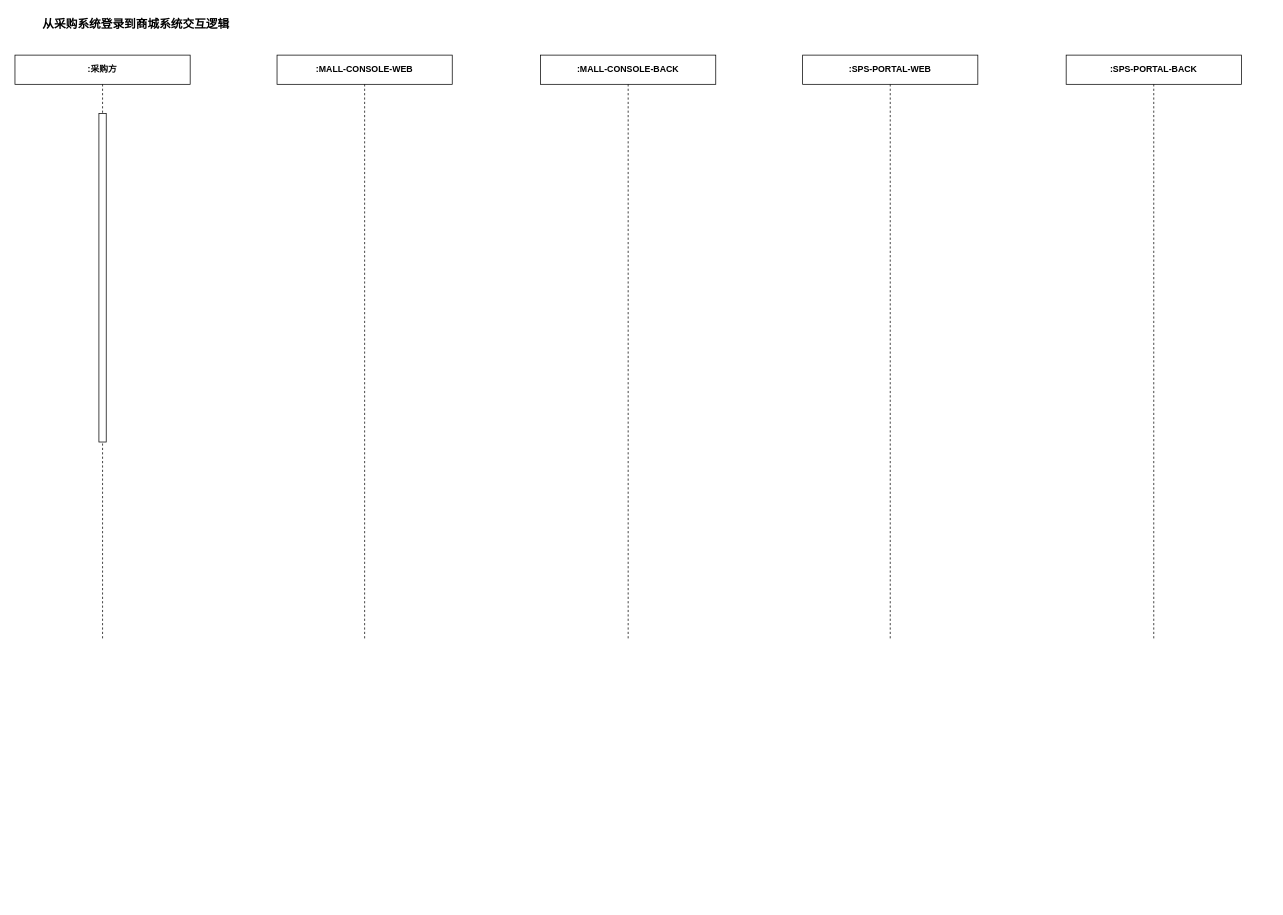
This is src/main/work/ncs/sunshine/20230518160642.drawio from ab-doc/draw.io, a draw.io file, before an edit. Source tidied: cells renumbered, new cells numbered last; positions are measured from the earlier drawing's top-left corner, leaving out a move shared by most shapes. Both pictures are drawn from the tidied source at 73%, with x=0, y=0 at pixel (15, 12).
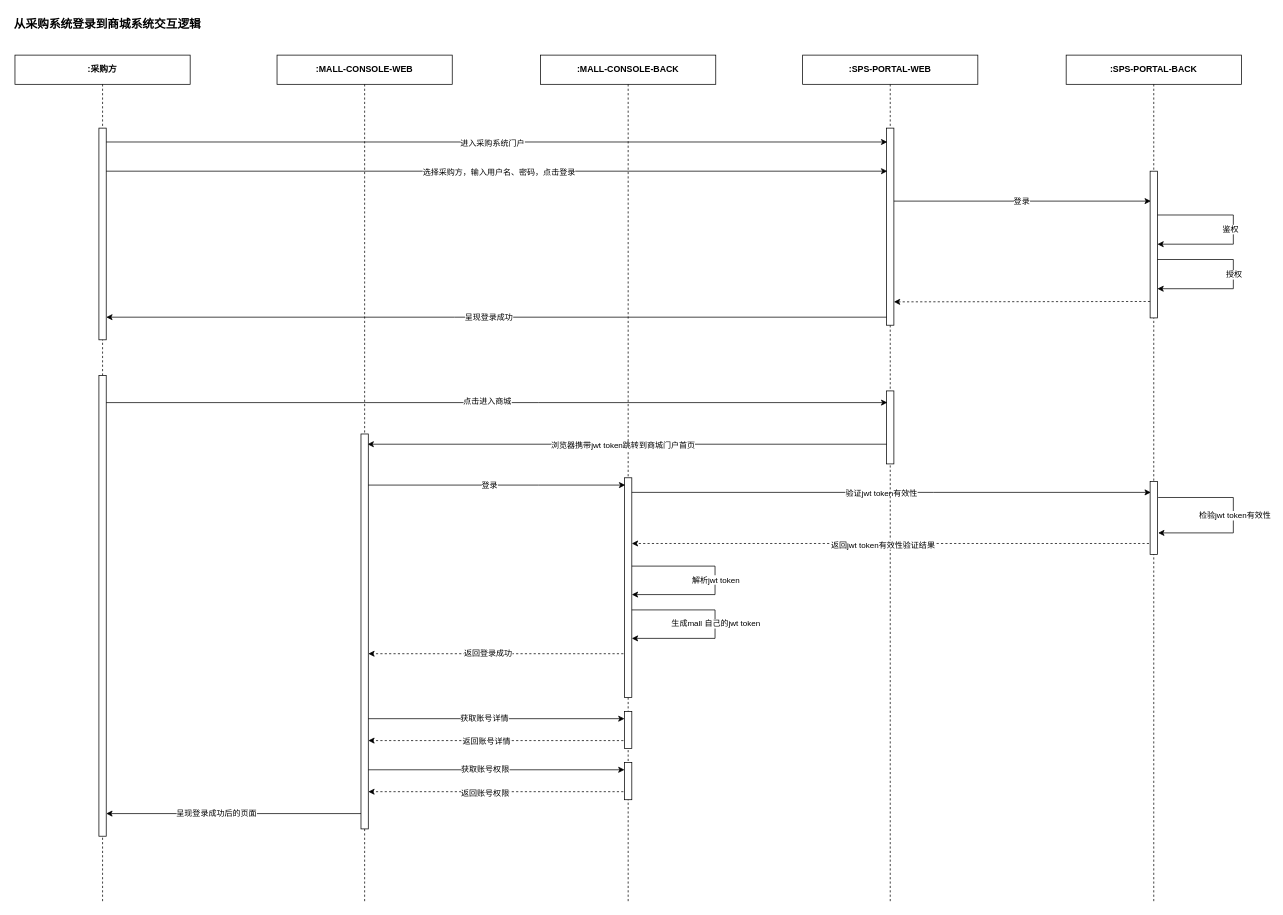
The same diagram, later.

Diff of the diagram source:
```diff
@@
+    <mxCell id="9" style="edgeStyle=elbowEdgeStyle;rounded=0;jettySize=auto;html=1;elbow=vertical;curved=0;" parent="1" edge="1" source="2">
+      <mxGeometry relative="1" as="geometry">
+        <mxPoint x="1556" y="657" as="targetPoint" />
+      </mxGeometry>
+    </mxCell>
+    <mxCell id="10" value="验证jwt token有效性" style="edgeLabel;html=1;align=center;verticalAlign=middle;" parent="9" vertex="1">
+      <mxGeometry x="-0.08" y="-1" relative="1" as="geometry">
+        <mxPoint x="17" as="offset" />
+      </mxGeometry>
+    </mxCell>
+    <mxCell id="11" style="edgeStyle=elbowEdgeStyle;rounded=0;jettySize=auto;html=1;elbow=vertical;curved=0;dashed=1;" parent="1" edge="1" source="2">
+      <mxGeometry relative="1" as="geometry">
+        <mxPoint x="484" y="878" as="targetPoint" />
+      </mxGeometry>
+    </mxCell>
+    <mxCell id="12" value="返回登录成功" style="edgeLabel;html=1;align=center;verticalAlign=middle;" parent="11" vertex="1">
+      <mxGeometry x="0.08" y="-1" relative="1" as="geometry" />
+    </mxCell>
+    <mxCell id="13" style="edgeStyle=elbowEdgeStyle;rounded=0;jettySize=auto;html=1;elbow=vertical;curved=0;dashed=1;" parent="1" edge="1" source="2">
+      <mxGeometry relative="1" as="geometry">
+        <mxPoint x="484" y="997.3" as="targetPoint" />
+      </mxGeometry>
+    </mxCell>
+    <mxCell id="14" value="返回账号详情" style="edgeLabel;html=1;align=center;verticalAlign=middle;" parent="13" vertex="1">
+      <mxGeometry x="0.14" relative="1" as="geometry">
+        <mxPoint x="9" as="offset" />
+      </mxGeometry>
+    </mxCell>
+    <mxCell id="15" style="edgeStyle=elbowEdgeStyle;rounded=0;jettySize=auto;html=1;elbow=vertical;curved=0;dashed=1;" parent="1" edge="1" source="2">
+      <mxGeometry relative="1" as="geometry">
+        <mxPoint x="484" y="1067.3" as="targetPoint" />
+      </mxGeometry>
+    </mxCell>
+    <mxCell id="16" value="返回账号权限" style="edgeLabel;html=1;align=center;verticalAlign=middle;" parent="15" vertex="1">
+      <mxGeometry x="0.15" y="1" relative="1" as="geometry">
+        <mxPoint x="9" as="offset" />
+      </mxGeometry>
+    </mxCell>
     <mxCell id="2" value="&lt;b&gt;:MALL-CONSOLE-BACK&lt;/b&gt;" style="shape=umlLifeline;perimeter=lifelinePerimeter;whiteSpace=wrap;html=1;outlineConnect=0;portConstraint=eastwest;newEdgeStyle={&quot;edgeStyle&quot;:&quot;elbowEdgeStyle&quot;,&quot;elbow&quot;:&quot;vertical&quot;,&quot;curved&quot;:0,&quot;rounded&quot;:0};" parent="1" vertex="1">
-      <mxGeometry x="720" y="58" width="240" height="800" as="geometry" />
+      <mxGeometry x="720" y="58" width="240" height="1160" as="geometry" />
     </mxCell>
+    <mxCell id="17" style="html=1;points=[];perimeter=orthogonalPerimeter;outlineConnect=0;targetShapes=umlLifeline;portConstraint=eastwest;newEdgeStyle={&quot;edgeStyle&quot;:&quot;elbowEdgeStyle&quot;,&quot;elbow&quot;:&quot;vertical&quot;,&quot;curved&quot;:0,&quot;rounded&quot;:0};" parent="2" vertex="1">
+      <mxGeometry x="115" y="579" width="10" height="301" as="geometry" />
+    </mxCell>
+    <mxCell id="18" style="edgeStyle=orthogonalEdgeStyle;rounded=0;orthogonalLoop=1;jettySize=auto;html=1;" parent="2" edge="1" source="17" target="17">
+      <mxGeometry relative="1" as="geometry">
+        <Array as="points">
+          <mxPoint x="239" y="700" />
+          <mxPoint x="239" y="739" />
+        </Array>
+      </mxGeometry>
+    </mxCell>
+    <mxCell id="19" value="解析jwt token" style="edgeLabel;html=1;align=center;verticalAlign=middle;" parent="18" vertex="1">
+      <mxGeometry x="-0.05" relative="1" as="geometry">
+        <mxPoint y="5" as="offset" />
+      </mxGeometry>
+    </mxCell>
+    <mxCell id="20" style="edgeStyle=orthogonalEdgeStyle;rounded=0;orthogonalLoop=1;jettySize=auto;html=1;" parent="2" edge="1">
+      <mxGeometry relative="1" as="geometry">
+        <mxPoint x="125" y="760" as="sourcePoint" />
+        <mxPoint x="125" y="799" as="targetPoint" />
+        <Array as="points">
+          <mxPoint x="239" y="760" />
+          <mxPoint x="239" y="799" />
+        </Array>
+      </mxGeometry>
+    </mxCell>
+    <mxCell id="21" value="生成mall 自己的jwt token" style="edgeLabel;html=1;align=center;verticalAlign=middle;" parent="20" vertex="1">
+      <mxGeometry x="-0.05" relative="1" as="geometry">
+        <mxPoint y="5" as="offset" />
+      </mxGeometry>
+    </mxCell>
+    <mxCell id="22" style="html=1;perimeter=orthogonalPerimeter;targetShapes=umlLifeline;newEdgeStyle={&quot;edgeStyle&quot;:&quot;elbowEdgeStyle&quot;,&quot;elbow&quot;:&quot;vertical&quot;,&quot;curved&quot;:0,&quot;rounded&quot;:0};" parent="2" vertex="1">
+      <mxGeometry x="115" y="899" width="10" height="51" as="geometry" />
+    </mxCell>
+    <mxCell id="23" style="html=1;perimeter=orthogonalPerimeter;targetShapes=umlLifeline;newEdgeStyle={&quot;edgeStyle&quot;:&quot;elbowEdgeStyle&quot;,&quot;elbow&quot;:&quot;vertical&quot;,&quot;curved&quot;:0,&quot;rounded&quot;:0};" parent="2" vertex="1">
+      <mxGeometry x="115" y="969" width="10" height="51" as="geometry" />
+    </mxCell>
+    <mxCell id="24" style="edgeStyle=elbowEdgeStyle;rounded=0;orthogonalLoop=1;jettySize=auto;html=1;elbow=vertical;curved=0;" parent="1" edge="1">
+      <mxGeometry relative="1" as="geometry">
+        <mxPoint x="1198.5" y="258" as="sourcePoint" />
+        <mxPoint x="1556" y="257.8" as="targetPoint" />
+      </mxGeometry>
+    </mxCell>
+    <mxCell id="25" value="登录" style="edgeLabel;html=1;align=center;verticalAlign=middle;" parent="24" vertex="1">
+      <mxGeometry x="-0.05" relative="1" as="geometry">
+        <mxPoint x="10" y="-1" as="offset" />
+      </mxGeometry>
+    </mxCell>
+    <mxCell id="26" style="edgeStyle=elbowEdgeStyle;rounded=0;jettySize=auto;html=1;elbow=vertical;curved=0;" parent="1" edge="1" source="3">
+      <mxGeometry relative="1" as="geometry">
+        <mxPoint x="125" y="417" as="targetPoint" />
+      </mxGeometry>
+    </mxCell>
+    <mxCell id="27" value="呈现登录成功" style="edgeLabel;html=1;align=center;verticalAlign=middle;" parent="26" vertex="1">
+      <mxGeometry x="0.08" y="2" relative="1" as="geometry">
+        <mxPoint x="30" y="-2" as="offset" />
+      </mxGeometry>
+    </mxCell>
+    <mxCell id="28" style="edgeStyle=elbowEdgeStyle;rounded=0;jettySize=auto;html=1;elbow=vertical;curved=0;" parent="1" edge="1" source="3">
+      <mxGeometry relative="1" as="geometry">
+        <mxPoint x="483" y="591" as="targetPoint" />
+      </mxGeometry>
+    </mxCell>
+    <mxCell id="29" value="浏览器携带jwt token跳转到商城门户首页" style="edgeLabel;html=1;align=center;verticalAlign=middle;" parent="28" vertex="1">
+      <mxGeometry x="0.08" y="1" relative="1" as="geometry">
+        <mxPoint x="20" as="offset" />
+      </mxGeometry>
+    </mxCell>
     <mxCell id="3" value="&lt;b&gt;:SPS-PORTAL-WEB&lt;/b&gt;" style="shape=umlLifeline;perimeter=lifelinePerimeter;whiteSpace=wrap;html=1;outlineConnect=0;portConstraint=eastwest;newEdgeStyle={&quot;edgeStyle&quot;:&quot;elbowEdgeStyle&quot;,&quot;elbow&quot;:&quot;vertical&quot;,&quot;curved&quot;:0,&quot;rounded&quot;:0};" parent="1" vertex="1">
-      <mxGeometry x="1079" y="58" width="240" height="800" as="geometry" />
+      <mxGeometry x="1079" y="58" width="240" height="1160" as="geometry" />
     </mxCell>
+    <mxCell id="30" style="html=1;perimeter=orthogonalPerimeter;targetShapes=umlLifeline;newEdgeStyle={&quot;edgeStyle&quot;:&quot;elbowEdgeStyle&quot;,&quot;elbow&quot;:&quot;vertical&quot;,&quot;curved&quot;:0,&quot;rounded&quot;:0};" parent="3" vertex="1">
+      <mxGeometry x="115" y="100" width="10" height="270" as="geometry" />
+    </mxCell>
+    <mxCell id="31" style="html=1;perimeter=orthogonalPerimeter;targetShapes=umlLifeline;newEdgeStyle={&quot;edgeStyle&quot;:&quot;elbowEdgeStyle&quot;,&quot;elbow&quot;:&quot;vertical&quot;,&quot;curved&quot;:0,&quot;rounded&quot;:0};" parent="3" vertex="1">
+      <mxGeometry x="115" y="460" width="10" height="100" as="geometry" />
+    </mxCell>
+    <mxCell id="32" style="edgeStyle=orthogonalEdgeStyle;rounded=0;orthogonalLoop=1;jettySize=auto;html=1;elbow=vertical;" parent="1" edge="1">
+      <mxGeometry relative="1" as="geometry">
+        <mxPoint x="1563.7" y="275" as="sourcePoint" />
+        <mxPoint x="1565" y="317" as="targetPoint" />
+        <Array as="points">
+          <mxPoint x="1564" y="277" />
+          <mxPoint x="1669" y="277" />
+          <mxPoint x="1669" y="317" />
+        </Array>
+      </mxGeometry>
+    </mxCell>
+    <mxCell id="33" value="鉴权" style="edgeLabel;html=1;align=center;verticalAlign=middle;" parent="32" vertex="1">
+      <mxGeometry x="-0.57" y="1" relative="1" as="geometry">
+        <mxPoint x="49" y="20" as="offset" />
+      </mxGeometry>
+    </mxCell>
+    <mxCell id="34" style="edgeStyle=elbowEdgeStyle;rounded=0;jettySize=auto;html=1;elbow=vertical;curved=0;dashed=1;" parent="1" edge="1" source="4">
+      <mxGeometry relative="1" as="geometry">
+        <mxPoint x="845" y="727" as="targetPoint" />
+      </mxGeometry>
+    </mxCell>
+    <mxCell id="35" value="返回jwt token有效性验证结果" style="edgeLabel;html=1;align=center;verticalAlign=middle;" parent="34" vertex="1">
+      <mxGeometry x="0.08" y="3" relative="1" as="geometry">
+        <mxPoint x="15" y="-2" as="offset" />
+      </mxGeometry>
+    </mxCell>
     <mxCell id="4" value="&lt;b&gt;:SPS-PORTAL-BACK&lt;/b&gt;" style="shape=umlLifeline;perimeter=lifelinePerimeter;whiteSpace=wrap;html=1;outlineConnect=0;portConstraint=eastwest;newEdgeStyle={&quot;edgeStyle&quot;:&quot;elbowEdgeStyle&quot;,&quot;elbow&quot;:&quot;vertical&quot;,&quot;curved&quot;:0,&quot;rounded&quot;:0};" parent="1" vertex="1">
-      <mxGeometry x="1440" y="58" width="240" height="800" as="geometry" />
+      <mxGeometry x="1440" y="58" width="240" height="1160" as="geometry" />
     </mxCell>
+    <mxCell id="36" style="html=1;perimeter=orthogonalPerimeter;targetShapes=umlLifeline;newEdgeStyle={&quot;edgeStyle&quot;:&quot;elbowEdgeStyle&quot;,&quot;elbow&quot;:&quot;vertical&quot;,&quot;curved&quot;:0,&quot;rounded&quot;:0};" parent="4" vertex="1">
+      <mxGeometry x="115" y="159" width="10" height="201" as="geometry" />
+    </mxCell>
+    <mxCell id="37" style="edgeStyle=orthogonalEdgeStyle;rounded=0;orthogonalLoop=1;jettySize=auto;html=1;elbow=vertical;" parent="4" edge="1">
+      <mxGeometry relative="1" as="geometry">
+        <mxPoint x="125" y="280" as="sourcePoint" />
+        <mxPoint x="125" y="320" as="targetPoint" />
+        <Array as="points">
+          <mxPoint x="229" y="280" />
+          <mxPoint x="229" y="320" />
+        </Array>
+      </mxGeometry>
+    </mxCell>
+    <mxCell id="38" value="授权" style="edgeLabel;html=1;align=center;verticalAlign=middle;" parent="37" vertex="1">
+      <mxGeometry x="-0.06" relative="1" as="geometry">
+        <mxPoint y="7" as="offset" />
+      </mxGeometry>
+    </mxCell>
+    <mxCell id="39" style="html=1;points=[];perimeter=orthogonalPerimeter;outlineConnect=0;targetShapes=umlLifeline;portConstraint=eastwest;newEdgeStyle={&quot;edgeStyle&quot;:&quot;elbowEdgeStyle&quot;,&quot;elbow&quot;:&quot;vertical&quot;,&quot;curved&quot;:0,&quot;rounded&quot;:0};" parent="4" vertex="1">
+      <mxGeometry x="115" y="584" width="10" height="100" as="geometry" />
+    </mxCell>
+    <mxCell id="40" style="edgeStyle=orthogonalEdgeStyle;rounded=0;orthogonalLoop=1;jettySize=auto;html=1;elbow=vertical;entryX=1.1;entryY=0.705;entryDx=0;entryDy=0;entryPerimeter=0;exitX=1.1;exitY=0.22;exitDx=0;exitDy=0;exitPerimeter=0;" parent="4" edge="1" source="39" target="39">
+      <mxGeometry relative="1" as="geometry">
+        <Array as="points">
+          <mxPoint x="229" y="606" />
+          <mxPoint x="229" y="655" />
+        </Array>
+      </mxGeometry>
+    </mxCell>
+    <mxCell id="41" value="检验jwt token有效性" style="edgeLabel;html=1;align=center;verticalAlign=middle;" parent="40" vertex="1">
+      <mxGeometry x="-0.07" y="1" relative="1" as="geometry">
+        <mxPoint y="9" as="offset" />
+      </mxGeometry>
+    </mxCell>
+    <mxCell id="42" style="edgeStyle=elbowEdgeStyle;rounded=0;jettySize=auto;html=1;elbow=vertical;curved=0;" parent="1" edge="1" source="5">
+      <mxGeometry relative="1" as="geometry">
+        <mxPoint x="1195" y="177.3" as="targetPoint" />
+      </mxGeometry>
+    </mxCell>
+    <mxCell id="43" value="进入采购系统门户" style="edgeLabel;html=1;align=center;verticalAlign=middle;" parent="42" vertex="1">
+      <mxGeometry x="-0.14" y="-1" relative="1" as="geometry">
+        <mxPoint x="71" as="offset" />
+      </mxGeometry>
+    </mxCell>
+    <mxCell id="44" style="edgeStyle=elbowEdgeStyle;rounded=0;orthogonalLoop=1;jettySize=auto;html=1;elbow=vertical;curved=0;" parent="1" edge="1">
+      <mxGeometry relative="1" as="geometry">
+        <mxPoint x="119.5" y="217" as="sourcePoint" />
+        <mxPoint x="1195" y="216.8" as="targetPoint" />
+      </mxGeometry>
+    </mxCell>
+    <mxCell id="45" value="选择采购方，输入用户名、密码，点击登录" style="edgeLabel;html=1;align=center;verticalAlign=middle;" parent="44" vertex="1">
+      <mxGeometry x="0.01" y="-1" relative="1" as="geometry" />
+    </mxCell>
+    <mxCell id="46" style="edgeStyle=elbowEdgeStyle;rounded=0;jettySize=auto;html=1;elbow=vertical;curved=0;" parent="1" edge="1" source="5">
+      <mxGeometry relative="1" as="geometry">
+        <mxPoint x="1195" y="534" as="targetPoint" />
+      </mxGeometry>
+    </mxCell>
+    <mxCell id="47" value="点击进入商城" style="edgeLabel;html=1;align=center;verticalAlign=middle;" parent="46" vertex="1">
+      <mxGeometry x="-0.02" y="2" relative="1" as="geometry" />
+    </mxCell>
     <mxCell id="5" value="&lt;b&gt;:采购方&lt;/b&gt;" style="shape=umlLifeline;perimeter=lifelinePerimeter;whiteSpace=wrap;html=1;outlineConnect=0;portConstraint=eastwest;newEdgeStyle={&quot;edgeStyle&quot;:&quot;elbowEdgeStyle&quot;,&quot;elbow&quot;:&quot;vertical&quot;,&quot;curved&quot;:0,&quot;rounded&quot;:0};" parent="1" vertex="1">
-      <mxGeometry y="58" width="240" height="800" as="geometry" />
+      <mxGeometry y="58" width="240" height="1160" as="geometry" />
     </mxCell>
     <mxCell id="6" style="html=1;perimeter=orthogonalPerimeter;targetShapes=umlLifeline;newEdgeStyle={&quot;edgeStyle&quot;:&quot;elbowEdgeStyle&quot;,&quot;elbow&quot;:&quot;vertical&quot;,&quot;curved&quot;:0,&quot;rounded&quot;:0};" parent="5" vertex="1">
-      <mxGeometry x="115" y="80" width="10" height="450" as="geometry" />
+      <mxGeometry x="115" y="100" width="10" height="290" as="geometry" />
     </mxCell>
+    <mxCell id="48" style="html=1;perimeter=orthogonalPerimeter;targetShapes=umlLifeline;newEdgeStyle={&quot;edgeStyle&quot;:&quot;elbowEdgeStyle&quot;,&quot;elbow&quot;:&quot;vertical&quot;,&quot;curved&quot;:0,&quot;rounded&quot;:0};" parent="5" vertex="1">
+      <mxGeometry x="115" y="439" width="10" height="631" as="geometry" />
+    </mxCell>
+    <mxCell id="49" style="edgeStyle=elbowEdgeStyle;rounded=0;jettySize=auto;html=1;elbow=vertical;curved=0;" parent="1" edge="1" source="7">
+      <mxGeometry relative="1" as="geometry">
+        <mxPoint x="836" y="647" as="targetPoint" />
+      </mxGeometry>
+    </mxCell>
+    <mxCell id="50" value="登录" style="edgeLabel;html=1;align=center;verticalAlign=middle;" parent="49" vertex="1">
+      <mxGeometry x="-0.1" y="1" relative="1" as="geometry">
+        <mxPoint x="10" as="offset" />
+      </mxGeometry>
+    </mxCell>
+    <mxCell id="51" style="edgeStyle=elbowEdgeStyle;rounded=0;jettySize=auto;html=1;elbow=vertical;curved=0;" parent="1" edge="1" source="7">
+      <mxGeometry relative="1" as="geometry">
+        <mxPoint x="835" y="967.3" as="targetPoint" />
+      </mxGeometry>
+    </mxCell>
+    <mxCell id="52" value="获取账号详情" style="edgeLabel;html=1;align=center;verticalAlign=middle;" parent="51" vertex="1">
+      <mxGeometry x="-0.08" y="-1" relative="1" as="geometry">
+        <mxPoint y="-2" as="offset" />
+      </mxGeometry>
+    </mxCell>
+    <mxCell id="53" style="edgeStyle=elbowEdgeStyle;rounded=0;jettySize=auto;html=1;elbow=vertical;curved=0;" parent="1" edge="1" source="7">
+      <mxGeometry relative="1" as="geometry">
+        <mxPoint x="835" y="1037.3" as="targetPoint" />
+      </mxGeometry>
+    </mxCell>
+    <mxCell id="54" value="获取账号权限" style="edgeLabel;html=1;align=center;verticalAlign=middle;" parent="53" vertex="1">
+      <mxGeometry x="-0.09" y="2" relative="1" as="geometry">
+        <mxPoint x="3" as="offset" />
+      </mxGeometry>
+    </mxCell>
+    <mxCell id="55" style="edgeStyle=elbowEdgeStyle;rounded=0;jettySize=auto;html=1;elbow=vertical;curved=0;" parent="1" edge="1" source="7">
+      <mxGeometry relative="1" as="geometry">
+        <mxPoint x="125" y="1097.3" as="targetPoint" />
+      </mxGeometry>
+    </mxCell>
+    <mxCell id="56" value="呈现登录成功后的页面" style="edgeLabel;html=1;align=center;verticalAlign=middle;" parent="55" vertex="1">
+      <mxGeometry x="0.15" y="-1" relative="1" as="geometry" />
+    </mxCell>
     <mxCell id="7" value="&lt;b&gt;:MALL-CONSOLE-WEB&lt;/b&gt;" style="shape=umlLifeline;perimeter=lifelinePerimeter;whiteSpace=wrap;html=1;outlineConnect=0;portConstraint=eastwest;newEdgeStyle={&quot;edgeStyle&quot;:&quot;elbowEdgeStyle&quot;,&quot;elbow&quot;:&quot;vertical&quot;,&quot;curved&quot;:0,&quot;rounded&quot;:0};" parent="1" vertex="1">
-      <mxGeometry x="359" y="58" width="240" height="800" as="geometry" />
+      <mxGeometry x="359" y="58" width="240" height="1160" as="geometry" />
     </mxCell>
+    <mxCell id="57" style="html=1;perimeter=orthogonalPerimeter;targetShapes=umlLifeline;newEdgeStyle={&quot;edgeStyle&quot;:&quot;elbowEdgeStyle&quot;,&quot;elbow&quot;:&quot;vertical&quot;,&quot;curved&quot;:0,&quot;rounded&quot;:0};" parent="7" vertex="1">
+      <mxGeometry x="115" y="519" width="10" height="541" as="geometry" />
+    </mxCell>
     <mxCell id="8" value="&lt;b style=&quot;font-size: 16px;&quot;&gt;从采购系统登录到商城系统交互逻辑&lt;/b&gt;" style="text;html=1;align=left;verticalAlign=middle;strokeColor=none;fillColor=none;fontSize=16;" parent="1" vertex="1">
-      <mxGeometry x="36" width="280" height="30" as="geometry" />
+      <mxGeometry x="-3" width="280" height="30" as="geometry" />
     </mxCell>
+    <mxCell id="58" style="edgeStyle=elbowEdgeStyle;rounded=0;orthogonalLoop=1;jettySize=auto;html=1;elbow=vertical;curved=0;dashed=1;" parent="1" edge="1">
+      <mxGeometry relative="1" as="geometry">
+        <mxPoint x="1555" y="395.5" as="sourcePoint" />
+        <mxPoint x="1204" y="395.5" as="targetPoint" />
+      </mxGeometry>
+    </mxCell>
```
